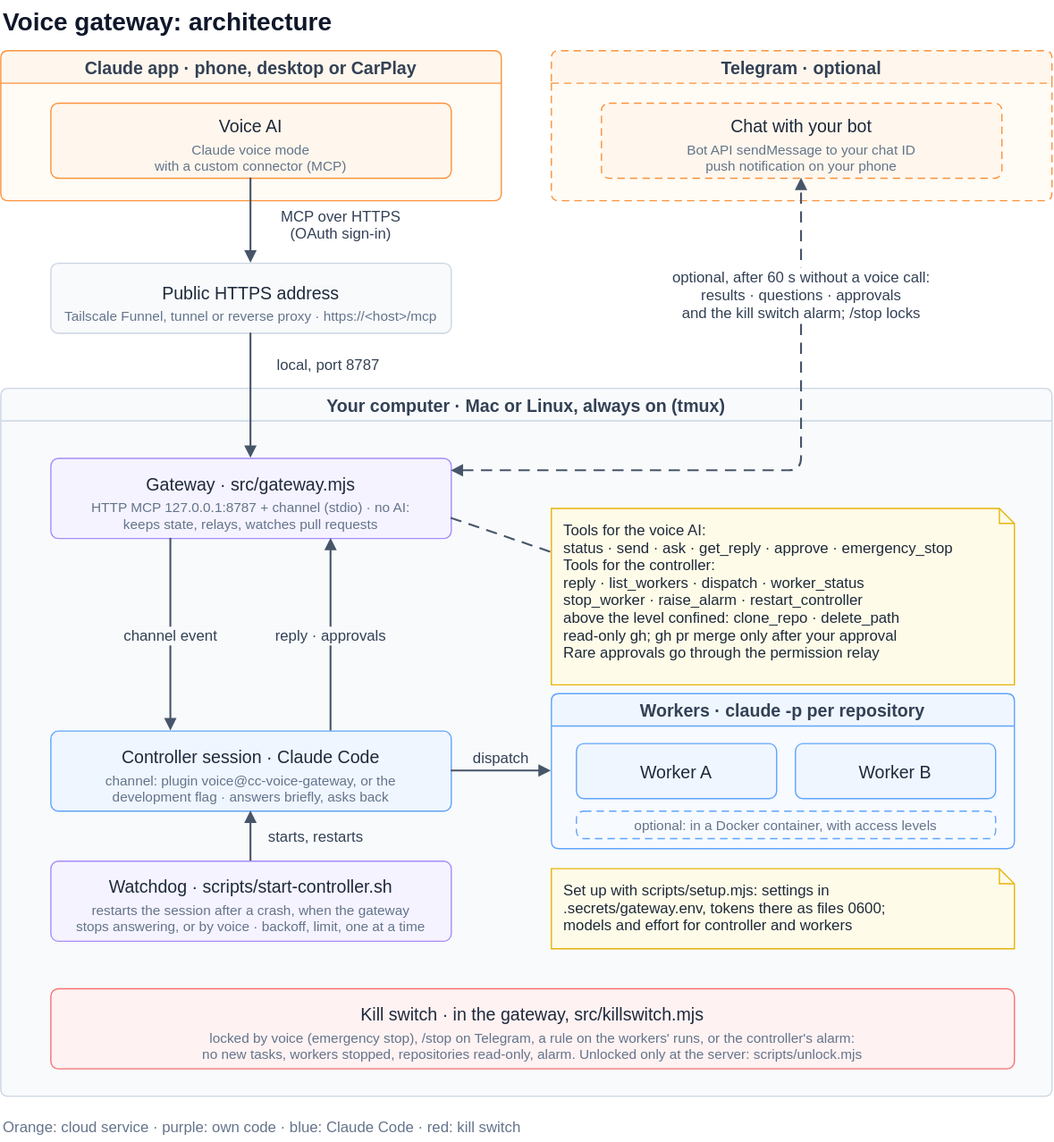
alderg/cc-voice-gateway keeps this draw.io diagram as docs/architecture.drawio.svg. Above is the earlier version. Source tidied: cells renumbered, new cells last; positions are measured from the earlier drawing's top-left corner, leaving out a move shared by most shapes.
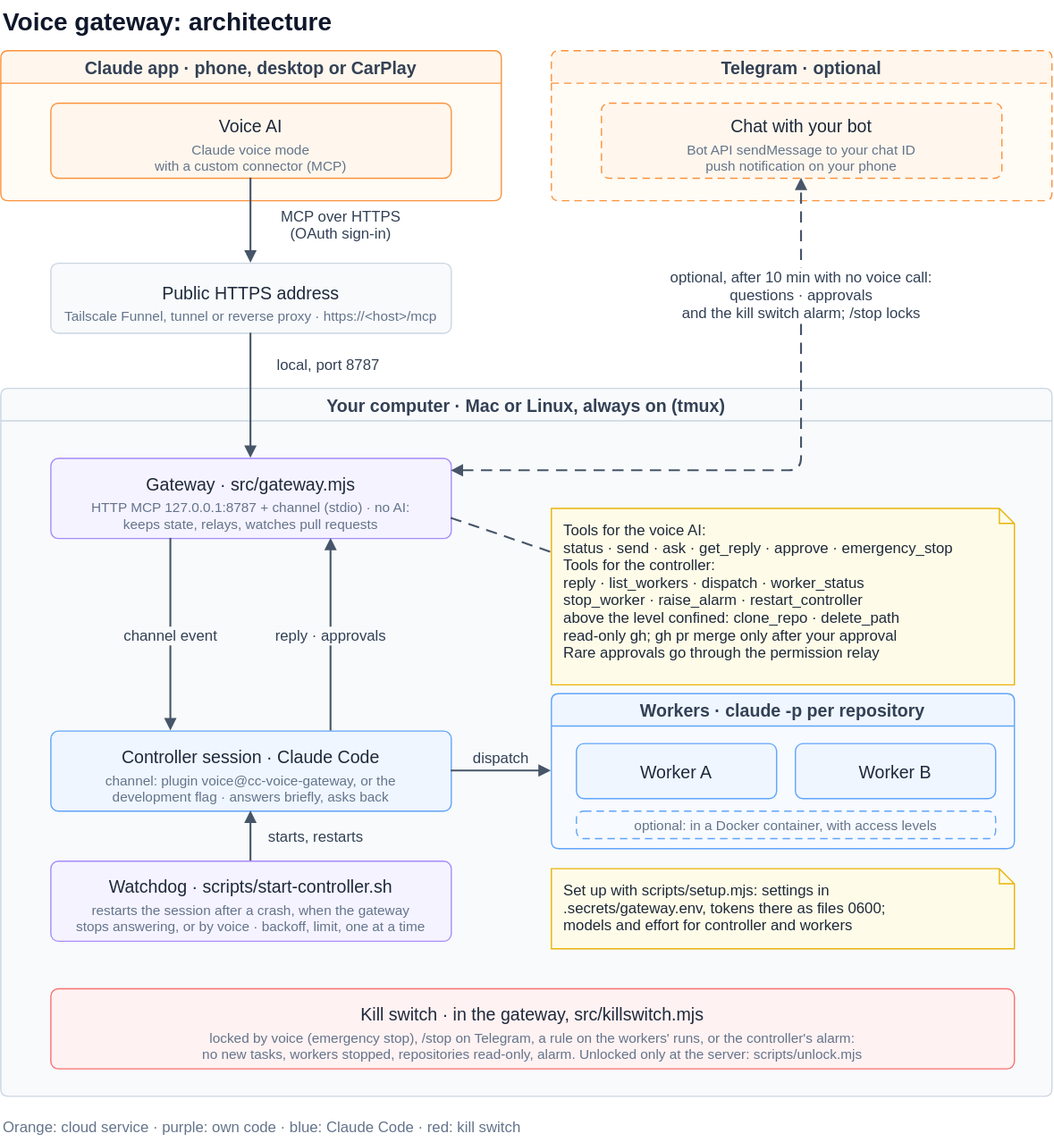
The same file after the commit.

Diff of the diagram source:
```diff
@@ -101,7 +101,7 @@
     <mxCell id="32" style="edgeStyle=none;rounded=1;html=0;endArrow=none;startArrow=none;strokeColor=#475569;strokeWidth=1.5;fontSize=12;fontColor=#334155;labelBackgroundColor=#FFFFFF;dashed=1;exitX=1;exitY=0.75;exitDx=0;exitDy=0;entryX=0;entryY=0.25;entryDx=0;entryDy=0;dashPattern=6 4;" parent="1" edge="1" source="12" target="16">
       <mxGeometry relative="1" as="geometry" />
     </mxCell>
-    <mxCell id="33" value="optional, after 60 s without a voice call:&#10;results · questions · approvals&#10;and the kill switch alarm; /stop locks" style="edgeStyle=none;rounded=1;html=0;endArrow=block;endFill=1;strokeColor=#475569;strokeWidth=1.5;fontSize=12;fontColor=#334155;labelBackgroundColor=#FFFFFF;dashed=1;startArrow=block;startFill=1;exitX=1;exitY=0;exitDx=0;exitDy=10;entryX=0.5;entryY=1;entryDx=0;entryDy=0;endSize=6;startSize=6;dashPattern=6 4;" parent="1" edge="1" source="12" target="7">
+    <mxCell id="33" value="optional, after 10 min with no voice call:&#10;questions · approvals&#10;and the kill switch alarm; /stop locks" style="edgeStyle=none;rounded=1;html=0;endArrow=block;endFill=1;strokeColor=#475569;strokeWidth=1.5;fontSize=12;fontColor=#334155;labelBackgroundColor=#FFFFFF;dashed=1;startArrow=block;startFill=1;exitX=1;exitY=0;exitDx=0;exitDy=10;entryX=0.5;entryY=1;entryDx=0;entryDy=0;endSize=6;startSize=6;dashPattern=6 4;" parent="1" edge="1" source="12" target="7">
       <mxGeometry x="0.64" relative="1" as="geometry">
         <Array as="points">
           <mxPoint x="640" y="376" />
```
